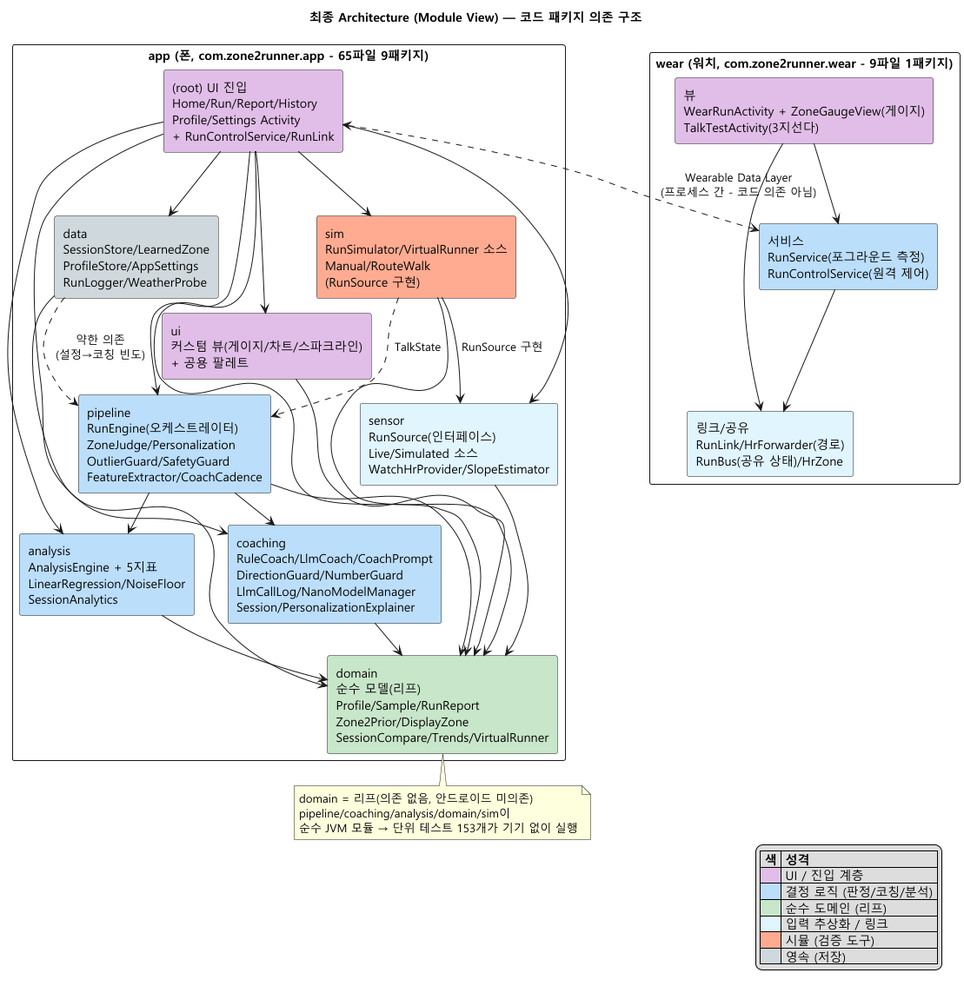
This is docs/img/04-module-view.png from tenyearslove/zone2runner, a PlantUML export, as it was before one commit. Source of this version:
```plantuml
@startuml
!pragma layout smetana
title 최종 Architecture (Module View) — 코드 패키지 의존 구조
skinparam defaultFontName "Malgun Gothic"
skinparam componentStyle rectangle
skinparam shadowing false
skinparam packageStyle rectangle
skinparam linetype ortho

package "app (폰, com.zone2runner.app - 65파일 9패키지)" {
  component "(root) UI 진입\nHome/Run/Report/History\nProfile/Settings Activity\n+ RunControlService/RunLink" as ROOT #E1BEE7
  component "ui\n커스텀 뷰(게이지/차트/스파크라인)\n+ 공용 팔레트" as UI #E1BEE7
  component "pipeline\nRunEngine(오케스트레이터)\nZoneJudge/Personalization\nOutlierGuard/SafetyGuard\nFeatureExtractor/CoachCadence" as PIPE #BBDEFB
  component "coaching\nRuleCoach/LlmCoach/CoachPrompt\nDirectionGuard/NumberGuard\nLlmCallLog/NanoModelManager\nSession/PersonalizationExplainer" as COACH #BBDEFB
  component "analysis\nAnalysisEngine + 5지표\nLinearRegression/NoiseFloor\nSessionAnalytics" as ANA #BBDEFB
  component "sensor\nRunSource(인터페이스)\nLive/Simulated 소스\nWatchHrProvider/SlopeEstimator" as SENSOR #E1F5FE
  component "sim\nRunSimulator/VirtualRunner 소스\nManual/RouteWalk\n(RunSource 구현)" as SIM #FFAB91
  component "data\nSessionStore/LearnedZone\nProfileStore/AppSettings\nRunLogger/WeatherProbe" as DATA #CFD8DC
  component "domain\n순수 모델(리프)\nProfile/Sample/RunReport\nZone2Prior/DisplayZone\nSessionCompare/Trends/VirtualRunner" as DOM #C8E6C9
}

package "wear (워치, com.zone2runner.wear - 9파일 1패키지)" {
  component "뷰\nWearRunActivity + ZoneGaugeView(게이지)\nTalkTestActivity(3지선다)" as WVIEW #E1BEE7
  component "서비스\nRunService(포그라운드 측정)\nRunControlService(원격 제어)" as WSVC #BBDEFB
  component "링크/공유\nRunLink/HrForwarder(경로)\nRunBus(공유 상태)/HrZone" as WLINK #E1F5FE
}

ROOT --> PIPE
ROOT --> COACH
ROOT --> ANA
ROOT --> SENSOR
ROOT --> SIM
ROOT --> DATA
ROOT --> DOM
ROOT --> UI
UI --> DOM
PIPE --> ANA
PIPE --> COACH
PIPE --> DOM
ANA --> DOM
COACH --> DOM
DATA --> DOM
DATA ..> PIPE : 약한 의존\n(설정→코칭 빈도)
SENSOR --> DOM
SIM --> SENSOR : RunSource 구현
SIM --> DOM
SIM ..> PIPE : TalkState

WVIEW --> WSVC
WVIEW --> WLINK
WSVC --> WLINK
ROOT <..> WSVC : Wearable Data Layer\n(프로세스 간 - 코드 의존 아님)

note bottom of DOM
  domain = 리프(의존 없음, 안드로이드 미의존)
  pipeline/coaching/analysis/domain/sim이
  순수 JVM 모듈 → 단위 테스트 153개가 기기 없이 실행
end note

legend right
|= 색 |= 성격 |
|<#E1BEE7>| UI / 진입 계층 |
|<#BBDEFB>| 결정 로직 (판정/코칭/분석) |
|<#C8E6C9>| 순수 도메인 (리프) |
|<#E1F5FE>| 입력 추상화 / 링크 |
|<#FFAB91>| 시뮬 (검증 도구) |
|<#CFD8DC>| 영속 (저장) |
endlegend
@enduml
```
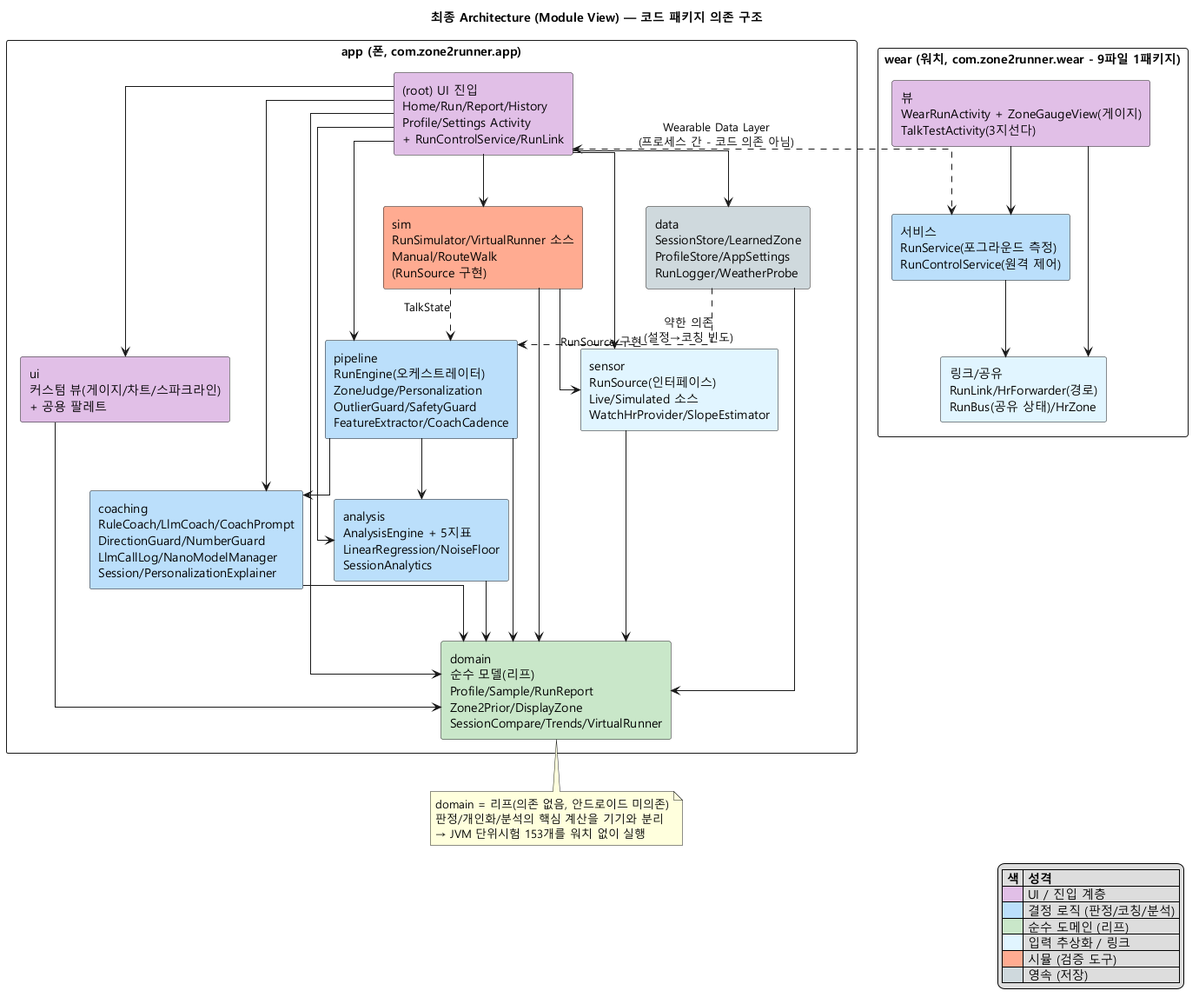
The same diagram one commit later.

The edit, as a diff of the source:
```diff
@@ -1,5 +1,4 @@
 @startuml
-!pragma layout smetana
 title 최종 Architecture (Module View) — 코드 패키지 의존 구조
 skinparam defaultFontName "Malgun Gothic"
 skinparam componentStyle rectangle
@@ -7,7 +6,7 @@
 skinparam packageStyle rectangle
 skinparam linetype ortho
 
-package "app (폰, com.zone2runner.app - 65파일 9패키지)" {
+package "app (폰, com.zone2runner.app)" {
   component "(root) UI 진입\nHome/Run/Report/History\nProfile/Settings Activity\n+ RunControlService/RunLink" as ROOT #E1BEE7
   component "ui\n커스텀 뷰(게이지/차트/스파크라인)\n+ 공용 팔레트" as UI #E1BEE7
   component "pipeline\nRunEngine(오케스트레이터)\nZoneJudge/Personalization\nOutlierGuard/SafetyGuard\nFeatureExtractor/CoachCadence" as PIPE #BBDEFB
@@ -53,8 +52,8 @@
 
 note bottom of DOM
   domain = 리프(의존 없음, 안드로이드 미의존)
-  pipeline/coaching/analysis/domain/sim이
-  순수 JVM 모듈 → 단위 테스트 153개가 기기 없이 실행
+  판정/개인화/분석의 핵심 계산을 기기와 분리
+  → JVM 단위시험 153개를 워치 없이 실행
 end note
 
 legend right
```
